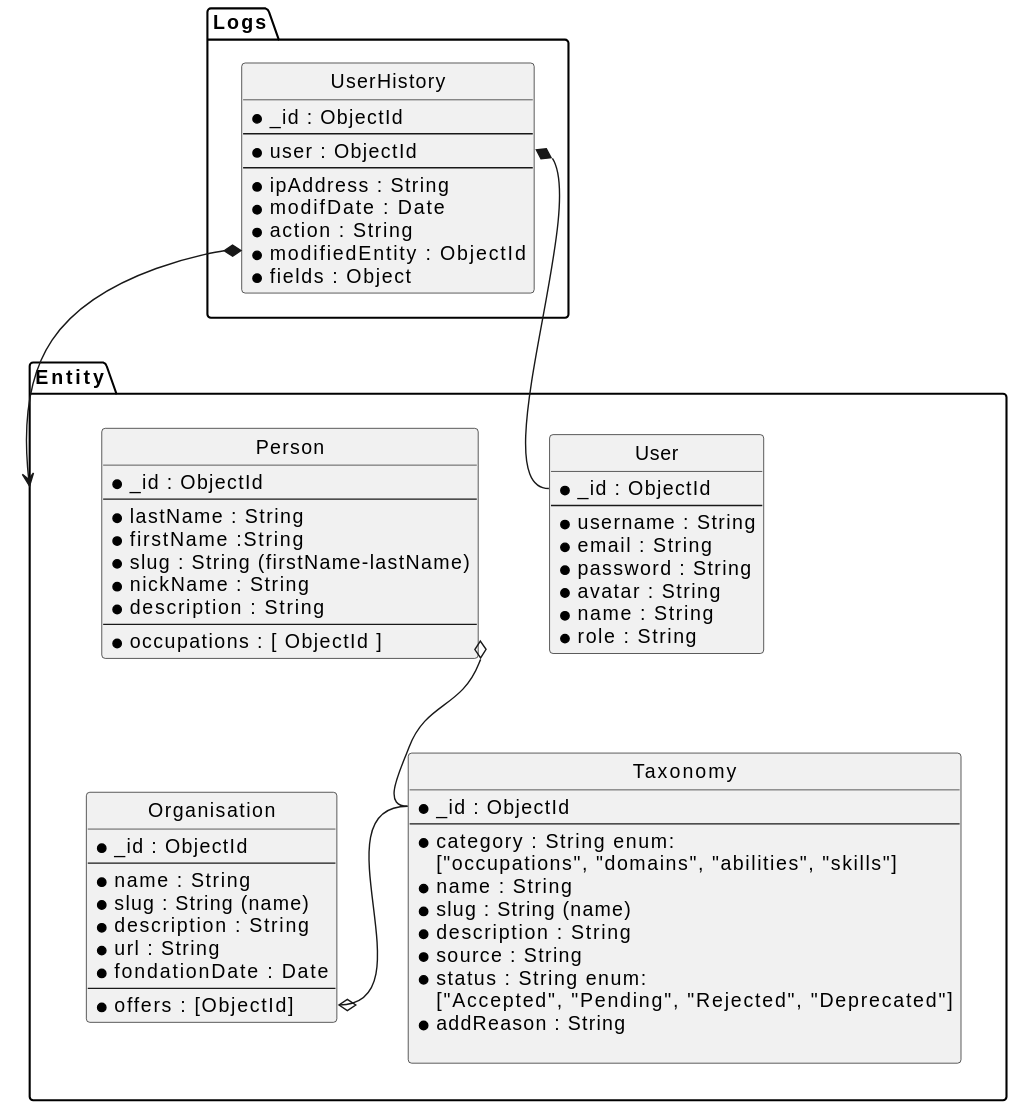
Earlier version of the PlantUML export doc/bd-structure.svg (Avantage-Numerique/bdsol-api).
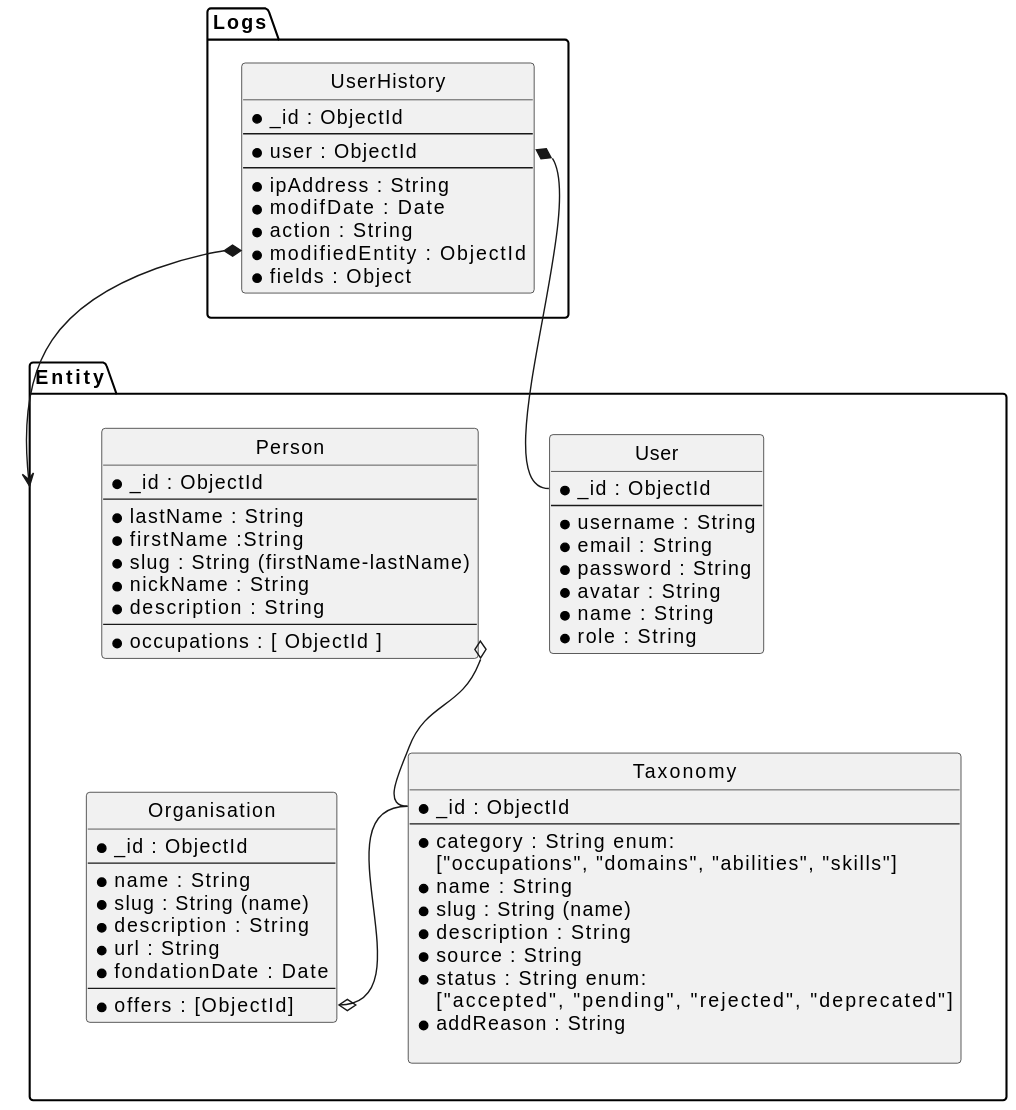
The same diagram one commit later.

Diff of the diagram source:
```diff
@@ -25,7 +25,7 @@
     *description : String
     *source : String
     *status : String enum:
-      ["Accepted", "Pending", "Rejected", "Deprecated"]
+      ["Accepted", "Pending", "Rejected", "deprecated"]
     *addReason : String
 
   }
```
